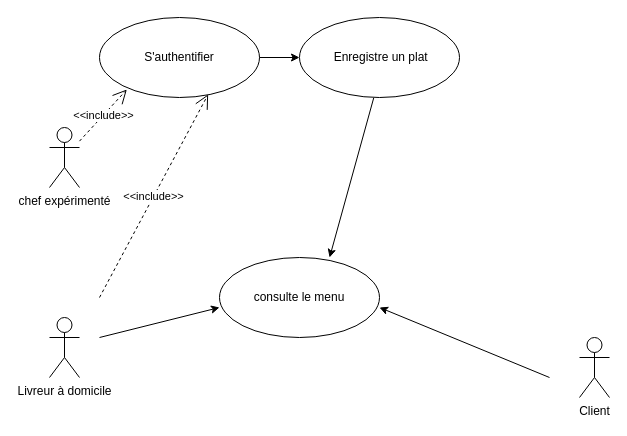
AlexisT37/P4-OpenClassrooms keeps this draw.io diagram as Use cases ajout d'un plat du jour.drawio. Above is the earlier version. Source tidied: cells renumbered, new cells numbered last; positions are measured from the earlier drawing's top-left corner, leaving out a move shared by most shapes. Both pictures are drawn from the tidied source at 100%, with x=0, y=0 at pixel (49, 17).
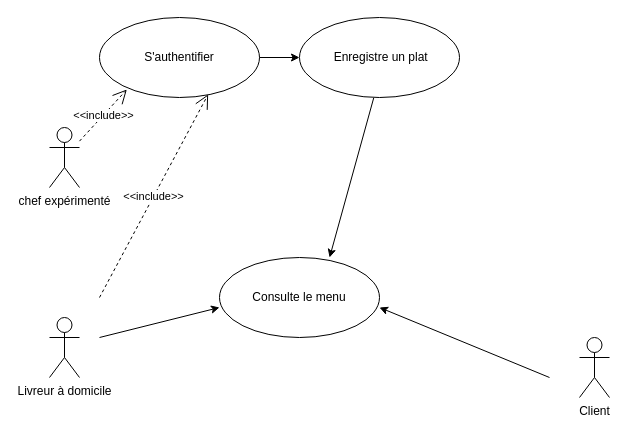
The same page after the edit.

Change to the diagram source:
```diff
@@
 <mxGraphModel>
   <root>
     <mxCell id="0" />
     <mxCell id="1" parent="0" />
     <mxCell id="2" value="&lt;div&gt;&amp;nbsp;Enregistre un plat&lt;br&gt;&lt;/div&gt;" style="ellipse;whiteSpace=wrap;html=1;fontFamily=Helvetica;fontSize=12;" parent="1" vertex="1">
       <mxGeometry x="250" width="160" height="80" as="geometry" />
     </mxCell>
     <mxCell id="3" value="&lt;font style=&quot;font-size: 12px;&quot; face=&quot;Helvetica&quot;&gt;&lt;span id=&quot;docs-internal-guid-d50050bc-7fff-994a-3e60-8d328730251a&quot; style=&quot;color: rgb(0, 0, 0); background-color: transparent; font-style: normal; font-variant: normal; text-decoration: none; vertical-align: baseline;&quot;&gt;chef expérimenté&lt;/span&gt;&lt;/font&gt;" style="shape=umlActor;verticalLabelPosition=bottom;verticalAlign=top;html=1;" parent="1" vertex="1">
       <mxGeometry y="110" width="30" height="60" as="geometry" />
     </mxCell>
     <mxCell id="4" value="Client" style="shape=umlActor;verticalLabelPosition=bottom;verticalAlign=top;html=1;" parent="1" vertex="1">
       <mxGeometry x="530" y="320" width="30" height="60" as="geometry" />
     </mxCell>
-    <mxCell id="5" value="consulte le menu" style="ellipse;whiteSpace=wrap;html=1;" parent="1" vertex="1">
+    <mxCell id="5" value="Consulte le menu" style="ellipse;whiteSpace=wrap;html=1;" parent="1" vertex="1">
       <mxGeometry x="170" y="240" width="160" height="80" as="geometry" />
     </mxCell>
     <mxCell id="6" style="endArrow=classic;html=1;rounded=0;entryX=1;entryY=0.625;entryDx=0;entryDy=0;entryPerimeter=0;" parent="1" edge="1" target="5">
       <mxGeometry relative="1" as="geometry">
         <mxPoint x="500" y="360" as="sourcePoint" />
       </mxGeometry>
     </mxCell>
     <mxCell id="7" value="S'authentifier" style="ellipse;whiteSpace=wrap;html=1;" parent="1" vertex="1">
       <mxGeometry x="50" width="160" height="80" as="geometry" />
     </mxCell>
     <mxCell id="8" value="&amp;lt;&amp;lt;include&amp;gt;&amp;gt;" style="endArrow=open;endSize=12;dashed=1;html=1;rounded=0;entryX=0.171;entryY=0.9;entryDx=0;entryDy=0;entryPerimeter=0;" parent="1" edge="1" source="3" target="7">
       <mxGeometry relative="1" as="geometry" />
     </mxCell>
     <mxCell id="9" style="endArrow=classic;html=1;rounded=0;entryX=0;entryY=0.5;entryDx=0;entryDy=0;exitX=1;exitY=0.5;exitDx=0;exitDy=0;" parent="1" edge="1" source="7" target="2">
       <mxGeometry relative="1" as="geometry" />
     </mxCell>
     <mxCell id="10" value="&lt;div&gt;Livreur à domicile&lt;/div&gt;" style="shape=umlActor;verticalLabelPosition=bottom;verticalAlign=top;html=1;" parent="1" vertex="1">
       <mxGeometry y="300" width="30" height="60" as="geometry" />
     </mxCell>
     <mxCell id="11" style="endArrow=classic;html=1;rounded=0;entryX=0;entryY=0.625;entryDx=0;entryDy=0;entryPerimeter=0;" parent="1" edge="1" target="5">
       <mxGeometry relative="1" as="geometry">
         <mxPoint x="50" y="320" as="sourcePoint" />
       </mxGeometry>
     </mxCell>
     <mxCell id="12" style="endArrow=classic;html=1;rounded=0;exitX=0.464;exitY=1.004;exitDx=0;exitDy=0;exitPerimeter=0;entryX=0.688;entryY=0;entryDx=0;entryDy=0;entryPerimeter=0;" parent="1" edge="1" source="2" target="5">
       <mxGeometry relative="1" as="geometry" />
     </mxCell>
     <mxCell id="13" value="&amp;lt;&amp;lt;include&amp;gt;&amp;gt;" style="endArrow=open;endSize=12;dashed=1;html=1;rounded=0;entryX=0.679;entryY=0.961;entryDx=0;entryDy=0;entryPerimeter=0;" parent="1" edge="1" target="7">
       <mxGeometry relative="1" as="geometry">
         <mxPoint x="50" y="280" as="sourcePoint" />
       </mxGeometry>
     </mxCell>
   </root>
 </mxGraphModel>
```
